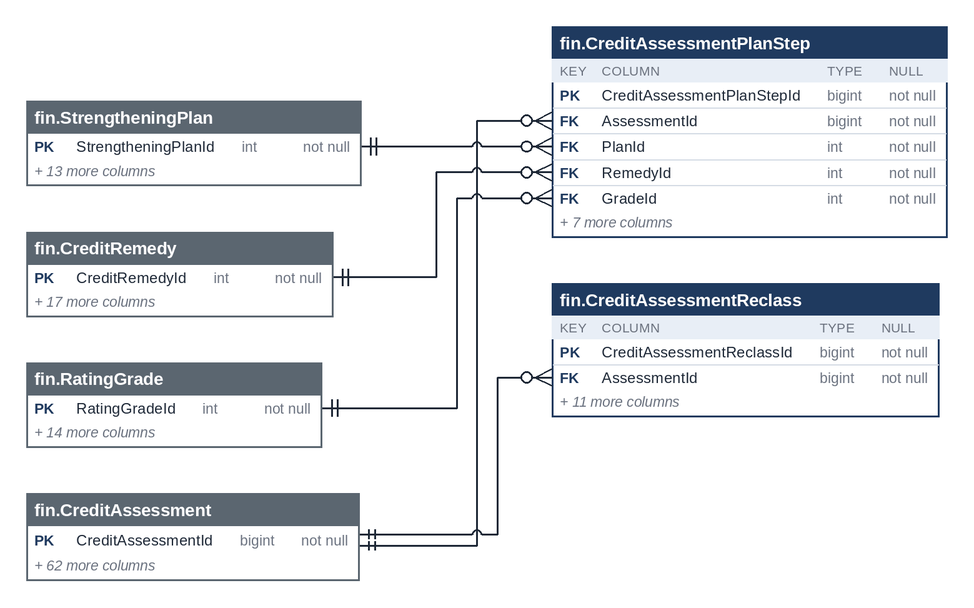
Above: treasury-platform/docs/diagrams/erd-en/m5_financials_10.png in thawrasy/smartlines (Mermaid), before the change. Its source is kept beside it as treasury-platform/docs/diagrams/erd/m5_financials_10.mmd. The source it was exported from:
```mermaid
erDiagram
  fin_PresentationVersionStep["fin.PresentationVersionStep"] {
    bigint PresentationVersionStepId PK
    bigint VersionId FK
    int RemedyId FK
    bigint DocumentId FK
  }
  fin_ProductCategory["fin.ProductCategory"] {
    int ProductCategoryId PK
  }
  fin_RatingGrade["fin.RatingGrade"] {
    int RatingGradeId PK
  }
  fin_RevenueEstimate["fin.RevenueEstimate"] {
    bigint RevenueEstimateId PK
    bigint CompanyId FK
    int CurrencyId FK
    bigint DocumentId FK
    bigint PreparedBy FK
    bigint ApprovedBy FK
  }
```
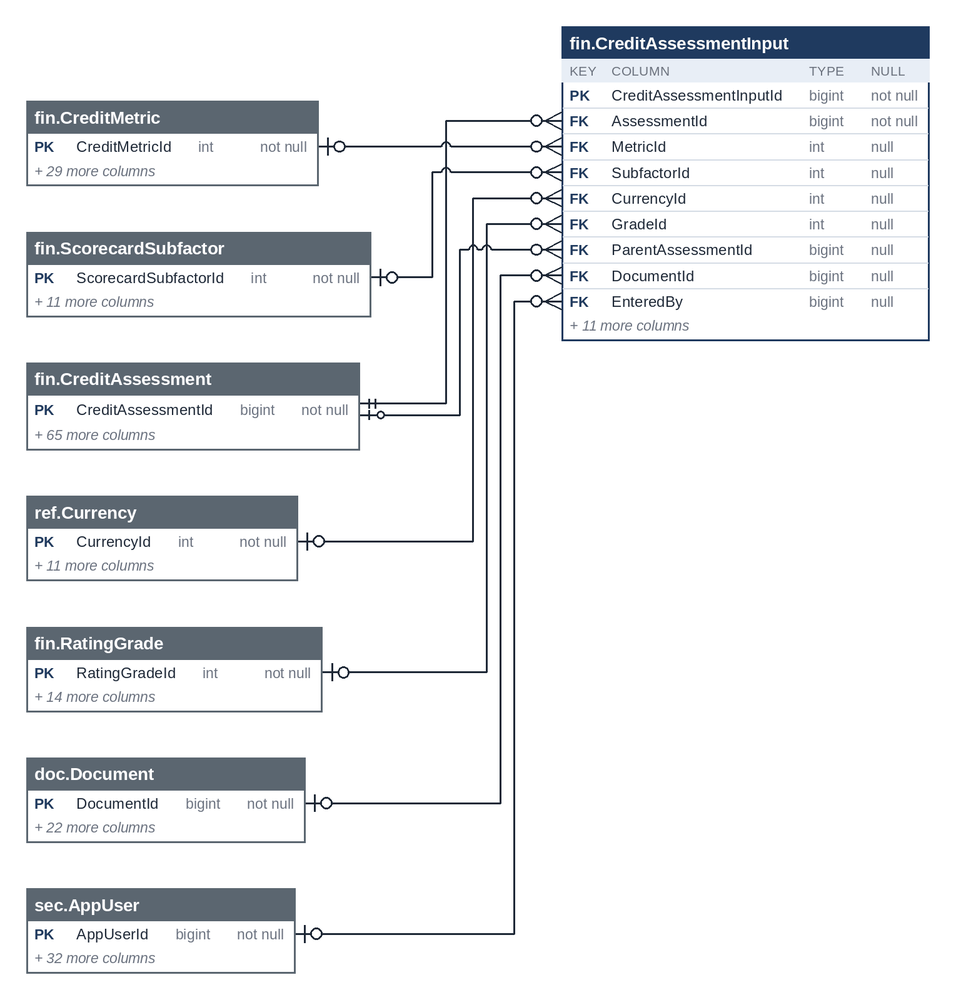
The same file after the commit.

Diff of the diagram source:
```diff
@@ -1,4 +1,13 @@
 erDiagram
+  fin_PresentationVersion["fin.PresentationVersion"] {
+    bigint PresentationVersionId PK
+    bigint SourceStatementId FK
+    bigint SourceAssessmentId FK
+    bigint ResultStatementId FK
+    bigint TrialAssessmentId FK
+    bigint PreparedBy FK
+    bigint ChosenBy FK
+  }
   fin_PresentationVersionStep["fin.PresentationVersionStep"] {
     bigint PresentationVersionStepId PK
     bigint VersionId FK
@@ -11,11 +20,4 @@
   fin_RatingGrade["fin.RatingGrade"] {
     int RatingGradeId PK
   }
-  fin_RevenueEstimate["fin.RevenueEstimate"] {
-    bigint RevenueEstimateId PK
-    bigint CompanyId FK
-    int CurrencyId FK
-    bigint DocumentId FK
-    bigint PreparedBy FK
-    bigint ApprovedBy FK
-  }
+  fin_PresentationVersion ||--o{ fin_PresentationVersionStep : "VersionId"
```
